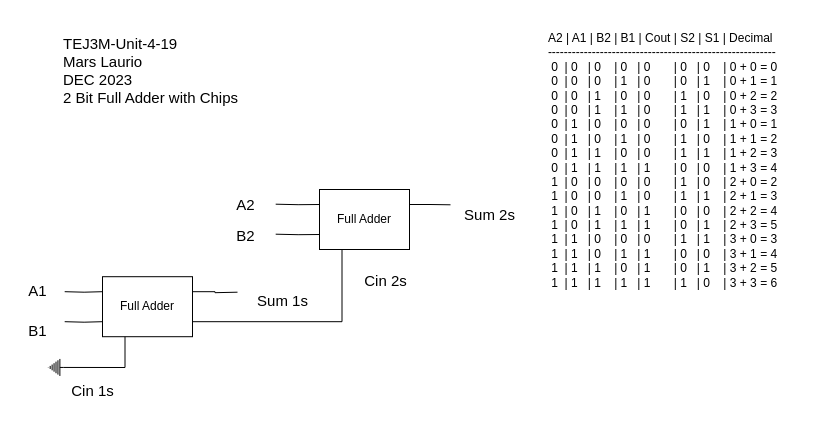
Earlier version of the draw.io diagram Unit4-19/TEJ3M-Unit-4-19.drawio (Mars-Laurio/TEJ3M-Unit4). Source tidied: cells renumbered, new cells numbered last; positions are measured from the earlier drawing's top-left corner, leaving out a move shared by most shapes. Both pictures are drawn from the tidied source at 100%, with x=0, y=0 at pixel (17, 25).
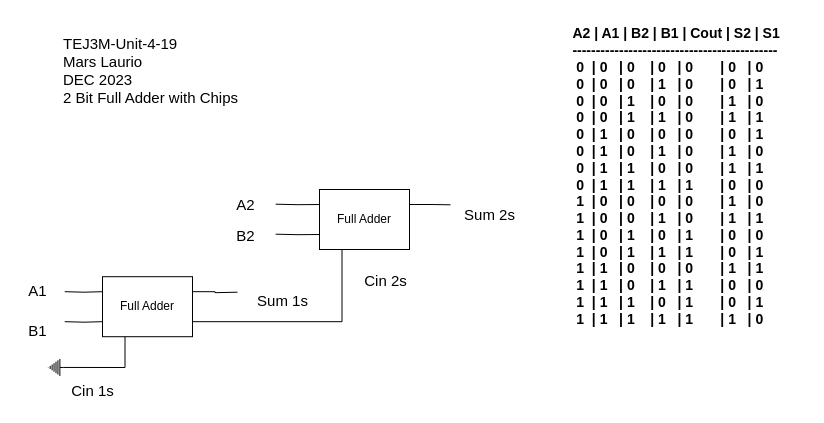
The same page after the edit.

The edit, as a diff of the source:
```diff
@@
-    <mxCell id="3" value="&lt;div style=&quot;text-align: left;&quot;&gt;&lt;div&gt;&lt;div&gt;&lt;span style=&quot;font-size: 12px;&quot;&gt;A2 | A1 | B2 | B1 | Cout | S2 | S1 | Decimal&lt;/span&gt;&lt;/div&gt;&lt;div&gt;&lt;span style=&quot;font-size: 12px;&quot;&gt;---------------------------------------------------------&lt;/span&gt;&lt;/div&gt;&lt;div&gt;&lt;span style=&quot;font-size: 12px;&quot;&gt;&amp;nbsp;0&amp;nbsp; | 0&amp;nbsp; &amp;nbsp;| 0&amp;nbsp; &amp;nbsp; | 0&amp;nbsp; &amp;nbsp;| 0&amp;nbsp; &amp;nbsp; &amp;nbsp; &amp;nbsp;| 0&amp;nbsp; &amp;nbsp;| 0&amp;nbsp; &amp;nbsp; | 0 + 0 = 0&lt;/span&gt;&lt;/div&gt;&lt;div&gt;&lt;span style=&quot;font-size: 12px;&quot;&gt;&amp;nbsp;0&amp;nbsp; | 0&amp;nbsp; &amp;nbsp;| 0&amp;nbsp; &amp;nbsp; | 1&amp;nbsp; &amp;nbsp;| 0&amp;nbsp; &amp;nbsp; &amp;nbsp; &amp;nbsp;| 0&amp;nbsp; &amp;nbsp;| 1&amp;nbsp; &amp;nbsp; | 0 + 1 = 1&lt;/span&gt;&lt;/div&gt;&lt;div&gt;&lt;span style=&quot;font-size: 12px;&quot;&gt;&amp;nbsp;0&amp;nbsp; | 0&amp;nbsp; &amp;nbsp;| 1&amp;nbsp; &amp;nbsp; | 0&amp;nbsp; &amp;nbsp;| 0&amp;nbsp; &amp;nbsp; &amp;nbsp; &amp;nbsp;| 1&amp;nbsp; &amp;nbsp;| 0&amp;nbsp; &amp;nbsp; | 0 + 2 = 2&lt;/span&gt;&lt;/div&gt;&lt;div&gt;&lt;span style=&quot;font-size: 12px;&quot;&gt;&amp;nbsp;0&amp;nbsp; | 0&amp;nbsp; &amp;nbsp;| 1&amp;nbsp; &amp;nbsp; | 1&amp;nbsp; &amp;nbsp;| 0&amp;nbsp; &amp;nbsp; &amp;nbsp; &amp;nbsp;| 1&amp;nbsp; &amp;nbsp;| 1&amp;nbsp; &amp;nbsp; | 0 + 3 = 3&lt;/span&gt;&lt;/div&gt;&lt;div&gt;&lt;span style=&quot;font-size: 12px;&quot;&gt;&amp;nbsp;0&amp;nbsp; | 1&amp;nbsp; &amp;nbsp;| 0&amp;nbsp; &amp;nbsp; | 0&amp;nbsp; &amp;nbsp;| 0&amp;nbsp; &amp;nbsp; &amp;nbsp; &amp;nbsp;| 0&amp;nbsp; &amp;nbsp;| 1&amp;nbsp; &amp;nbsp; | 1 + 0 = 1&lt;/span&gt;&lt;/div&gt;&lt;div&gt;&lt;span style=&quot;font-size: 12px;&quot;&gt;&amp;nbsp;0&amp;nbsp; | 1&amp;nbsp; &amp;nbsp;| 0&amp;nbsp; &amp;nbsp; | 1&amp;nbsp; &amp;nbsp;| 0&amp;nbsp; &amp;nbsp; &amp;nbsp; &amp;nbsp;| 1&amp;nbsp; &amp;nbsp;| 0&amp;nbsp; &amp;nbsp; | 1 + 1 = 2&lt;/span&gt;&lt;/div&gt;&lt;div&gt;&lt;span style=&quot;font-size: 12px;&quot;&gt;&amp;nbsp;0&amp;nbsp; | 1&amp;nbsp; &amp;nbsp;| 1&amp;nbsp; &amp;nbsp; | 0&amp;nbsp; &amp;nbsp;| 0&amp;nbsp; &amp;nbsp; &amp;nbsp; &amp;nbsp;| 1&amp;nbsp; &amp;nbsp;| 1&amp;nbsp; &amp;nbsp; | 1 + 2 = 3&lt;/span&gt;&lt;/div&gt;&lt;div&gt;&lt;span style=&quot;font-size: 12px;&quot;&gt;&amp;nbsp;0&amp;nbsp; | 1&amp;nbsp; &amp;nbsp;| 1&amp;nbsp; &amp;nbsp; | 1&amp;nbsp; &amp;nbsp;| 1&amp;nbsp; &amp;nbsp; &amp;nbsp; &amp;nbsp;| 0&amp;nbsp; &amp;nbsp;| 0&amp;nbsp; &amp;nbsp; | 1 + 3 = 4&lt;/span&gt;&lt;/div&gt;&lt;div&gt;&lt;span style=&quot;font-size: 12px;&quot;&gt;&amp;nbsp;1&amp;nbsp; | 0&amp;nbsp; &amp;nbsp;| 0&amp;nbsp; &amp;nbsp; | 0&amp;nbsp; &amp;nbsp;| 0&amp;nbsp; &amp;nbsp; &amp;nbsp; &amp;nbsp;| 1&amp;nbsp; &amp;nbsp;| 0&amp;nbsp; &amp;nbsp; | 2 + 0 = 2&lt;/span&gt;&lt;/div&gt;&lt;div&gt;&lt;span style=&quot;font-size: 12px;&quot;&gt;&amp;nbsp;1&amp;nbsp; | 0&amp;nbsp; &amp;nbsp;| 0&amp;nbsp; &amp;nbsp; | 1&amp;nbsp; &amp;nbsp;| 0&amp;nbsp; &amp;nbsp; &amp;nbsp; &amp;nbsp;| 1&amp;nbsp; &amp;nbsp;| 1&amp;nbsp; &amp;nbsp; | 2 + 1 = 3&lt;/span&gt;&lt;/div&gt;&lt;div&gt;&lt;span style=&quot;font-size: 12px;&quot;&gt;&amp;nbsp;1&amp;nbsp; | 0&amp;nbsp; &amp;nbsp;| 1&amp;nbsp; &amp;nbsp; | 0&amp;nbsp; &amp;nbsp;| 1&amp;nbsp; &amp;nbsp; &amp;nbsp; &amp;nbsp;| 0&amp;nbsp; &amp;nbsp;| 0&amp;nbsp; &amp;nbsp; | 2 + 2 = 4&lt;/span&gt;&lt;/div&gt;&lt;div&gt;&lt;span style=&quot;font-size: 12px;&quot;&gt;&amp;nbsp;1&amp;nbsp; | 0&amp;nbsp; &amp;nbsp;| 1&amp;nbsp; &amp;nbsp; | 1&amp;nbsp; &amp;nbsp;| 1&amp;nbsp; &amp;nbsp; &amp;nbsp; &amp;nbsp;| 0&amp;nbsp; &amp;nbsp;| 1&amp;nbsp; &amp;nbsp; | 2 + 3 = 5&lt;/span&gt;&lt;/div&gt;&lt;div&gt;&lt;span style=&quot;font-size: 12px;&quot;&gt;&amp;nbsp;1&amp;nbsp; | 1&amp;nbsp; &amp;nbsp;| 0&amp;nbsp; &amp;nbsp; | 0&amp;nbsp; &amp;nbsp;| 0&amp;nbsp; &amp;nbsp; &amp;nbsp; &amp;nbsp;| 1&amp;nbsp; &amp;nbsp;| 1&amp;nbsp; &amp;nbsp; | 3 + 0 = 3&lt;/span&gt;&lt;/div&gt;&lt;div&gt;&lt;span style=&quot;font-size: 12px;&quot;&gt;&amp;nbsp;1&amp;nbsp; | 1&amp;nbsp; &amp;nbsp;| 0&amp;nbsp; &amp;nbsp; | 1&amp;nbsp; &amp;nbsp;| 1&amp;nbsp; &amp;nbsp; &amp;nbsp; &amp;nbsp;| 0&amp;nbsp; &amp;nbsp;| 0&amp;nbsp; &amp;nbsp; | 3 + 1 = 4&lt;/span&gt;&lt;/div&gt;&lt;div&gt;&lt;span style=&quot;font-size: 12px;&quot;&gt;&amp;nbsp;1&amp;nbsp; | 1&amp;nbsp; &amp;nbsp;| 1&amp;nbsp; &amp;nbsp; | 0&amp;nbsp; &amp;nbsp;| 1&amp;nbsp; &amp;nbsp; &amp;nbsp; &amp;nbsp;| 0&amp;nbsp; &amp;nbsp;| 1&amp;nbsp; &amp;nbsp; | 3 + 2 = 5&lt;/span&gt;&lt;/div&gt;&lt;div&gt;&lt;span style=&quot;font-size: 12px;&quot;&gt;&amp;nbsp;1&amp;nbsp; | 1&amp;nbsp; &amp;nbsp;| 1&amp;nbsp; &amp;nbsp; | 1&amp;nbsp; &amp;nbsp;| 1&amp;nbsp; &amp;nbsp; &amp;nbsp; &amp;nbsp;| 1&amp;nbsp; &amp;nbsp;| 0&amp;nbsp; &amp;nbsp; | 3 + 3 = 6&lt;/span&gt;&lt;/div&gt;&lt;/div&gt;&lt;/div&gt;" style="text;html=1;align=center;verticalAlign=middle;opacity=0;" parent="1" vertex="1">
-      <mxGeometry x="520" width="250" height="270" as="geometry" />
+    <mxCell id="3" value="&lt;div style=&quot;text-align: left; font-size: 14px;&quot;&gt;&lt;div style=&quot;font-size: 14px;&quot;&gt;&lt;span style=&quot;font-size: 14px;&quot;&gt;A2 | A1 | B2 | B1 | Cout | S2 | S1&lt;/span&gt;&lt;/div&gt;&lt;div style=&quot;font-size: 14px;&quot;&gt;&lt;span style=&quot;font-size: 14px;&quot;&gt;--------------------------------------------&lt;/span&gt;&lt;/div&gt;&lt;div style=&quot;font-size: 14px;&quot;&gt;&lt;span style=&quot;font-size: 14px;&quot;&gt;&amp;nbsp;0&amp;nbsp; | 0&amp;nbsp; &amp;nbsp;| 0&amp;nbsp; &amp;nbsp; | 0&amp;nbsp; &amp;nbsp;| 0&amp;nbsp; &amp;nbsp; &amp;nbsp; &amp;nbsp;| 0&amp;nbsp; &amp;nbsp;| 0&amp;nbsp;&amp;nbsp;&lt;/span&gt;&lt;/div&gt;&lt;div style=&quot;font-size: 14px;&quot;&gt;&lt;span style=&quot;font-size: 14px;&quot;&gt;&amp;nbsp;0&amp;nbsp; | 0&amp;nbsp; &amp;nbsp;| 0&amp;nbsp; &amp;nbsp; | 1&amp;nbsp; &amp;nbsp;| 0&amp;nbsp; &amp;nbsp; &amp;nbsp; &amp;nbsp;| 0&amp;nbsp; &amp;nbsp;| 1&amp;nbsp; &amp;nbsp;&amp;nbsp;&lt;/span&gt;&lt;/div&gt;&lt;div style=&quot;font-size: 14px;&quot;&gt;&lt;span style=&quot;font-size: 14px;&quot;&gt;&amp;nbsp;0&amp;nbsp; | 0&amp;nbsp; &amp;nbsp;| 1&amp;nbsp; &amp;nbsp; | 0&amp;nbsp; &amp;nbsp;| 0&amp;nbsp; &amp;nbsp; &amp;nbsp; &amp;nbsp;| 1&amp;nbsp; &amp;nbsp;| 0&amp;nbsp; &amp;nbsp;&amp;nbsp;&lt;/span&gt;&lt;/div&gt;&lt;div style=&quot;font-size: 14px;&quot;&gt;&lt;span style=&quot;font-size: 14px;&quot;&gt;&amp;nbsp;0&amp;nbsp; | 0&amp;nbsp; &amp;nbsp;| 1&amp;nbsp; &amp;nbsp; | 1&amp;nbsp; &amp;nbsp;| 0&amp;nbsp; &amp;nbsp; &amp;nbsp; &amp;nbsp;| 1&amp;nbsp; &amp;nbsp;| 1&amp;nbsp; &amp;nbsp; &amp;nbsp;&lt;/span&gt;&lt;/div&gt;&lt;div style=&quot;font-size: 14px;&quot;&gt;&lt;span style=&quot;font-size: 14px;&quot;&gt;&amp;nbsp;0&amp;nbsp; | 1&amp;nbsp; &amp;nbsp;| 0&amp;nbsp; &amp;nbsp; | 0&amp;nbsp; &amp;nbsp;| 0&amp;nbsp; &amp;nbsp; &amp;nbsp; &amp;nbsp;| 0&amp;nbsp; &amp;nbsp;| 1&amp;nbsp; &amp;nbsp;&lt;/span&gt;&lt;/div&gt;&lt;div style=&quot;font-size: 14px;&quot;&gt;&lt;span style=&quot;font-size: 14px;&quot;&gt;&amp;nbsp;0&amp;nbsp; | 1&amp;nbsp; &amp;nbsp;| 0&amp;nbsp; &amp;nbsp; | 1&amp;nbsp; &amp;nbsp;| 0&amp;nbsp; &amp;nbsp; &amp;nbsp; &amp;nbsp;| 1&amp;nbsp; &amp;nbsp;| 0&amp;nbsp; &amp;nbsp;&lt;/span&gt;&lt;/div&gt;&lt;div style=&quot;font-size: 14px;&quot;&gt;&lt;span style=&quot;font-size: 14px;&quot;&gt;&amp;nbsp;0&amp;nbsp; | 1&amp;nbsp; &amp;nbsp;| 1&amp;nbsp; &amp;nbsp; | 0&amp;nbsp; &amp;nbsp;| 0&amp;nbsp; &amp;nbsp; &amp;nbsp; &amp;nbsp;| 1&amp;nbsp; &amp;nbsp;| 1&amp;nbsp; &amp;nbsp;&lt;/span&gt;&lt;/div&gt;&lt;div style=&quot;font-size: 14px;&quot;&gt;&lt;span style=&quot;font-size: 14px;&quot;&gt;&amp;nbsp;0&amp;nbsp; | 1&amp;nbsp; &amp;nbsp;| 1&amp;nbsp; &amp;nbsp; | 1&amp;nbsp; &amp;nbsp;| 1&amp;nbsp; &amp;nbsp; &amp;nbsp; &amp;nbsp;| 0&amp;nbsp; &amp;nbsp;| 0&amp;nbsp; &amp;nbsp;&lt;/span&gt;&lt;/div&gt;&lt;div style=&quot;font-size: 14px;&quot;&gt;&lt;span style=&quot;font-size: 14px;&quot;&gt;&amp;nbsp;1&amp;nbsp; | 0&amp;nbsp; &amp;nbsp;| 0&amp;nbsp; &amp;nbsp; | 0&amp;nbsp; &amp;nbsp;| 0&amp;nbsp; &amp;nbsp; &amp;nbsp; &amp;nbsp;| 1&amp;nbsp; &amp;nbsp;| 0&amp;nbsp; &amp;nbsp;&amp;nbsp;&lt;/span&gt;&lt;/div&gt;&lt;div style=&quot;font-size: 14px;&quot;&gt;&lt;span style=&quot;font-size: 14px;&quot;&gt;&amp;nbsp;1&amp;nbsp; | 0&amp;nbsp; &amp;nbsp;| 0&amp;nbsp; &amp;nbsp; | 1&amp;nbsp; &amp;nbsp;| 0&amp;nbsp; &amp;nbsp; &amp;nbsp; &amp;nbsp;| 1&amp;nbsp; &amp;nbsp;| 1&amp;nbsp; &amp;nbsp;&amp;nbsp;&lt;/span&gt;&lt;/div&gt;&lt;div style=&quot;font-size: 14px;&quot;&gt;&lt;span style=&quot;font-size: 14px;&quot;&gt;&amp;nbsp;1&amp;nbsp; | 0&amp;nbsp; &amp;nbsp;| 1&amp;nbsp; &amp;nbsp; | 0&amp;nbsp; &amp;nbsp;| 1&amp;nbsp; &amp;nbsp; &amp;nbsp; &amp;nbsp;| 0&amp;nbsp; &amp;nbsp;| 0&amp;nbsp; &amp;nbsp; &amp;nbsp;&lt;/span&gt;&lt;/div&gt;&lt;div style=&quot;font-size: 14px;&quot;&gt;&lt;span style=&quot;font-size: 14px;&quot;&gt;&amp;nbsp;1&amp;nbsp; | 0&amp;nbsp; &amp;nbsp;| 1&amp;nbsp; &amp;nbsp; | 1&amp;nbsp; &amp;nbsp;| 1&amp;nbsp; &amp;nbsp; &amp;nbsp; &amp;nbsp;| 0&amp;nbsp; &amp;nbsp;| 1&amp;nbsp; &amp;nbsp;&amp;nbsp;&lt;/span&gt;&lt;/div&gt;&lt;div style=&quot;font-size: 14px;&quot;&gt;&lt;span style=&quot;font-size: 14px;&quot;&gt;&amp;nbsp;1&amp;nbsp; | 1&amp;nbsp; &amp;nbsp;| 0&amp;nbsp; &amp;nbsp; | 0&amp;nbsp; &amp;nbsp;| 0&amp;nbsp; &amp;nbsp; &amp;nbsp; &amp;nbsp;| 1&amp;nbsp; &amp;nbsp;| 1&amp;nbsp; &amp;nbsp; &amp;nbsp;&lt;/span&gt;&lt;/div&gt;&lt;div style=&quot;font-size: 14px;&quot;&gt;&lt;span style=&quot;font-size: 14px;&quot;&gt;&amp;nbsp;1&amp;nbsp; | 1&amp;nbsp; &amp;nbsp;| 0&amp;nbsp; &amp;nbsp; | 1&amp;nbsp; &amp;nbsp;| 1&amp;nbsp; &amp;nbsp; &amp;nbsp; &amp;nbsp;| 0&amp;nbsp; &amp;nbsp;| 0&amp;nbsp; &amp;nbsp;&amp;nbsp;&lt;/span&gt;&lt;/div&gt;&lt;div style=&quot;font-size: 14px;&quot;&gt;&lt;span style=&quot;font-size: 14px;&quot;&gt;&amp;nbsp;1&amp;nbsp; | 1&amp;nbsp; &amp;nbsp;| 1&amp;nbsp; &amp;nbsp; | 0&amp;nbsp; &amp;nbsp;| 1&amp;nbsp; &amp;nbsp; &amp;nbsp; &amp;nbsp;| 0&amp;nbsp; &amp;nbsp;| 1&amp;nbsp; &amp;nbsp;&amp;nbsp;&lt;/span&gt;&lt;/div&gt;&lt;div style=&quot;font-size: 14px;&quot;&gt;&lt;span style=&quot;font-size: 14px;&quot;&gt;&amp;nbsp;1&amp;nbsp; | 1&amp;nbsp; &amp;nbsp;| 1&amp;nbsp; &amp;nbsp; | 1&amp;nbsp; &amp;nbsp;| 1&amp;nbsp; &amp;nbsp; &amp;nbsp; &amp;nbsp;| 1&amp;nbsp; &amp;nbsp;| 0&amp;nbsp; &amp;nbsp;&amp;nbsp;&lt;/span&gt;&lt;/div&gt;&lt;/div&gt;" style="text;html=1;align=center;verticalAlign=middle;opacity=0;fontStyle=1;fontSize=14;" parent="1" vertex="1">
+      <mxGeometry x="530" y="-8.8" width="260" height="320" as="geometry" />
     </mxCell>
```
